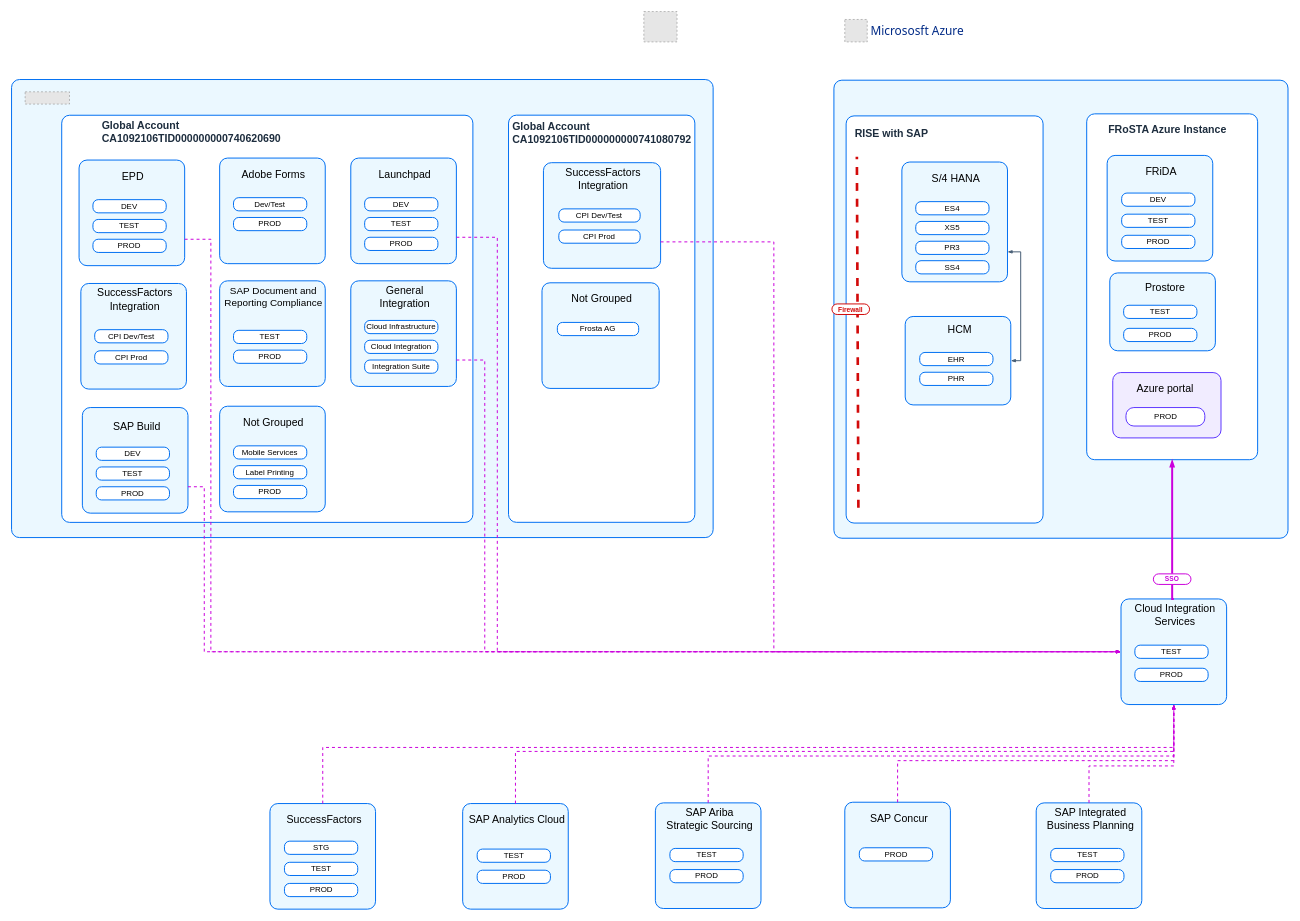
The draw.io diagram drawio_files/3.1 SAP Cloud Authentication.drawio in lucasdreger/diagrams, before the edit. Source tidied: cells renumbered, new cells numbered last; positions are measured from the earlier drawing's top-left corner, leaving out a move shared by most shapes. Both pictures are drawn from the tidied source at 66%, with x=0, y=0 at pixel (11, 11). Pictures stored in the file or linked from it are replaced by grey dashed boxes.
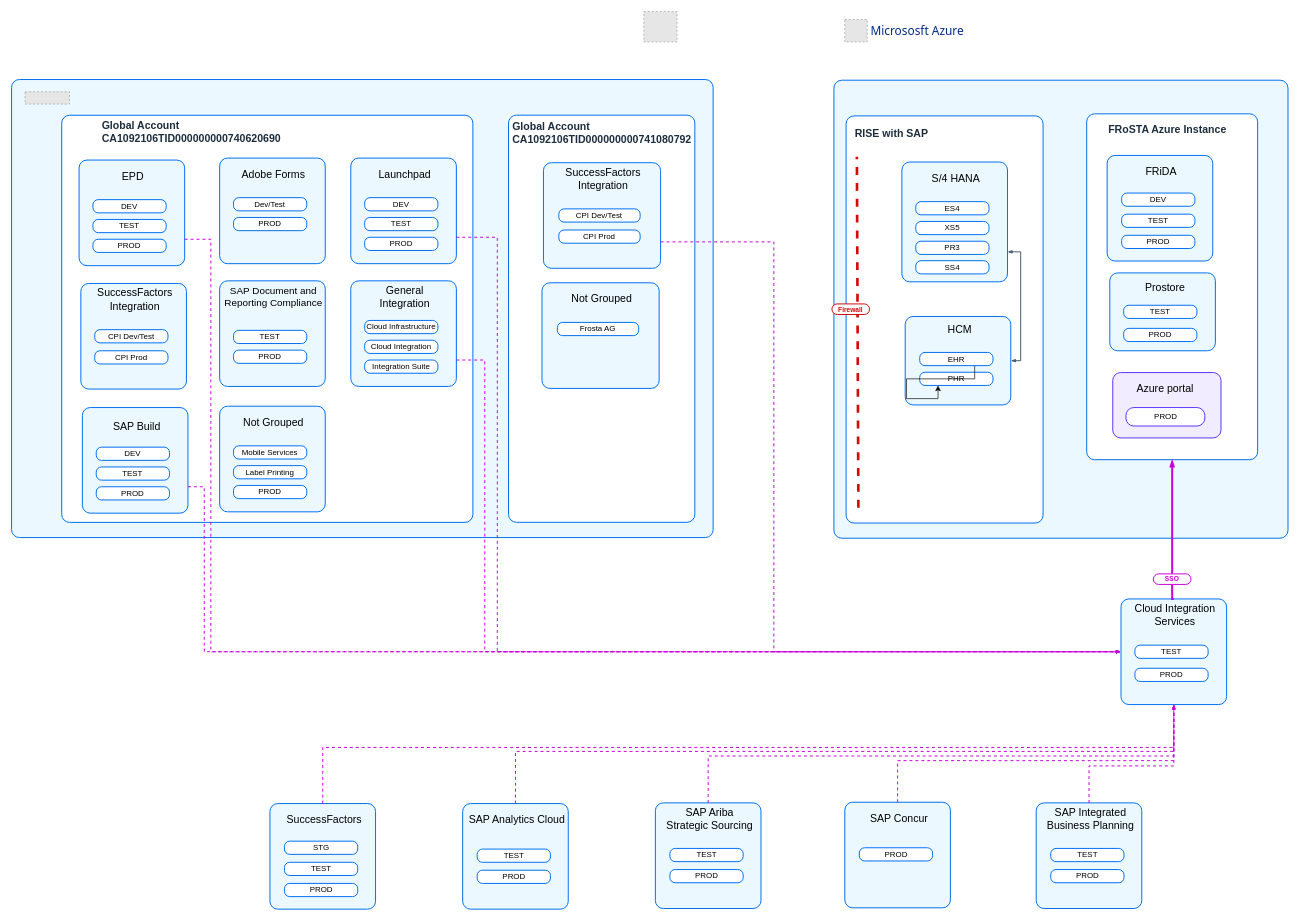
The same page after the edit.

The change refers to these unchanged cells:
```xml
<mxCell id="80" value="PHR" style="rounded=1;whiteSpace=wrap;html=1;strokeColor=#0070F2;strokeWidth=1.5;arcSize=16;fillColor=#ffffff;perimeterSpacing=0;absoluteArcSize=1;" parent="1" vertex="1">
  <mxGeometry x="1376" y="546.5" width="111" height="20" as="geometry" />
</mxCell>
<mxCell id="81" value="EHR" style="rounded=1;whiteSpace=wrap;html=1;strokeColor=#0070F2;strokeWidth=1.5;arcSize=16;fillColor=#ffffff;perimeterSpacing=0;absoluteArcSize=1;" parent="1" vertex="1">
  <mxGeometry x="1376" y="516.5" width="111" height="20" as="geometry" />
</mxCell>
```

What changed in the source:
```diff
@@
+    <mxCell id="124" style="edgeStyle=orthogonalEdgeStyle;rounded=0;jettySize=auto;html=1;exitX=0.75;exitY=1;exitDx=0;exitDy=0;entryX=0.25;entryY=1;entryDx=0;entryDy=0;" parent="1" edge="1" source="81" target="80">
+      <mxGeometry relative="1" as="geometry" />
+    </mxCell>
```
